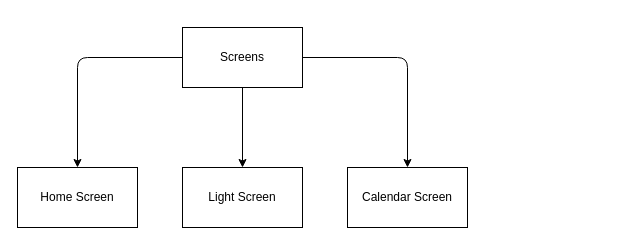
Before: smart-remote/docs/flow/screens.drawio in AdmiralAki99/HomeAutomationRemote, a draw.io diagram. Source tidied: cells renumbered, new cells numbered last; positions are measured from the earlier drawing's top-left corner, leaving out a move shared by most shapes. Both pictures are drawn from the tidied source at 100%, with x=0, y=0 at pixel (17, 27).
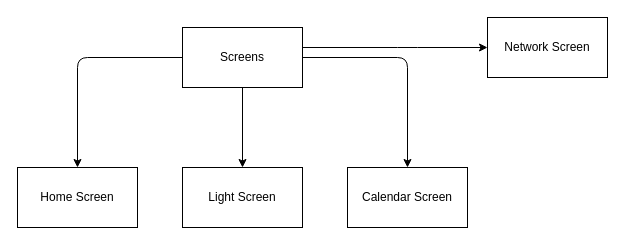
The same diagram, later.

Commit message:
Added Network Screen For Documentation

Added network screen for the documentation in order to track the changes and manage feature development for later

What changed in the source:
```diff
@@
 <mxGraphModel>
   <root>
     <mxCell id="0" />
     <mxCell id="1" parent="0" />
     <mxCell id="2" style="edgeStyle=none;html=1;" parent="1" edge="1" source="5" target="7">
       <mxGeometry relative="1" as="geometry" />
     </mxCell>
     <mxCell id="3" style="edgeStyle=none;html=1;exitX=1;exitY=0.5;exitDx=0;exitDy=0;entryX=0.5;entryY=0;entryDx=0;entryDy=0;" parent="1" edge="1" source="5" target="8">
       <mxGeometry relative="1" as="geometry">
         <Array as="points">
           <mxPoint x="390" y="30" />
         </Array>
       </mxGeometry>
     </mxCell>
     <mxCell id="4" style="edgeStyle=none;html=1;entryX=0.5;entryY=0;entryDx=0;entryDy=0;" parent="1" edge="1" source="5" target="6">
       <mxGeometry relative="1" as="geometry">
         <Array as="points">
           <mxPoint x="60" y="30" />
         </Array>
       </mxGeometry>
     </mxCell>
     <mxCell id="5" value="Screens" style="rounded=0;whiteSpace=wrap;html=1;" parent="1" vertex="1">
       <mxGeometry x="165" width="120" height="60" as="geometry" />
     </mxCell>
     <mxCell id="6" value="Home Screen" style="rounded=0;whiteSpace=wrap;html=1;" parent="1" vertex="1">
       <mxGeometry y="140" width="120" height="60" as="geometry" />
     </mxCell>
     <mxCell id="7" value="Light Screen" style="rounded=0;whiteSpace=wrap;html=1;" parent="1" vertex="1">
       <mxGeometry x="165" y="140" width="120" height="60" as="geometry" />
     </mxCell>
     <mxCell id="8" value="Calendar Screen" style="rounded=0;whiteSpace=wrap;html=1;" parent="1" vertex="1">
       <mxGeometry x="330" y="140" width="120" height="60" as="geometry" />
     </mxCell>
+    <mxCell id="9" style="edgeStyle=none;html=1;exitX=1;exitY=0.5;exitDx=0;exitDy=0;" parent="1" edge="1">
+      <mxGeometry relative="1" as="geometry">
+        <mxPoint x="285" y="20" as="sourcePoint" />
+        <mxPoint x="470" y="20" as="targetPoint" />
+        <Array as="points">
+          <mxPoint x="390" y="20" />
+        </Array>
+      </mxGeometry>
+    </mxCell>
+    <mxCell id="10" value="Network Screen" style="rounded=0;whiteSpace=wrap;html=1;" parent="1" vertex="1">
+      <mxGeometry x="470" y="-10" width="120" height="60" as="geometry" />
+    </mxCell>
   </root>
 </mxGraphModel>
```
